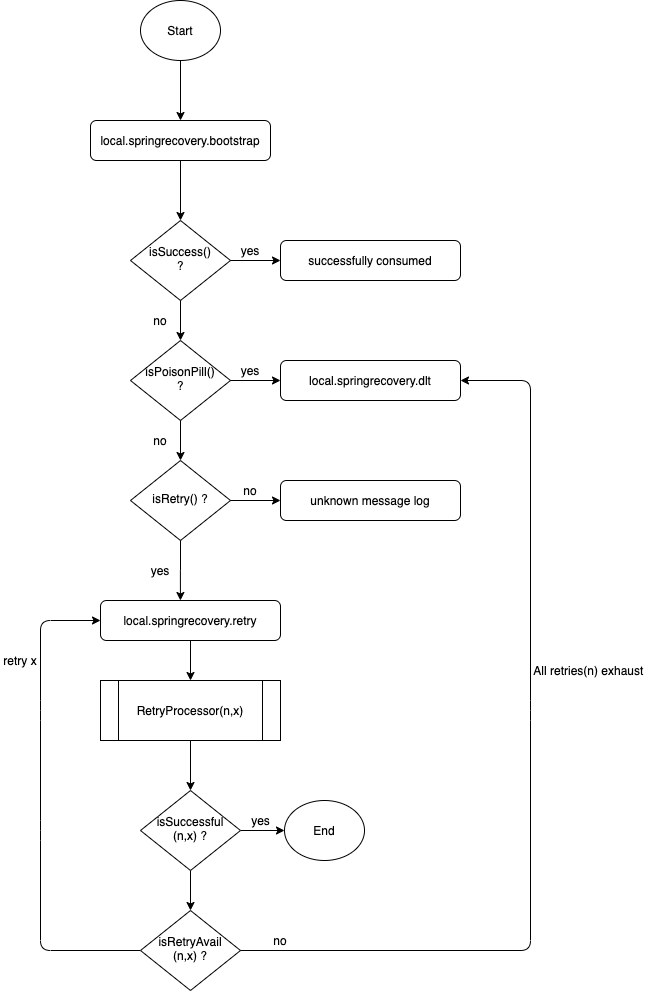
Earlier version of the draw.io export documents/spring-kafka-recovery-flow.png (Raghav2211/spring-kafka-recovery). Source tidied: cells renumbered, new cells last; positions are measured from the earlier drawing's top-left corner, leaving out a move shared by most shapes.
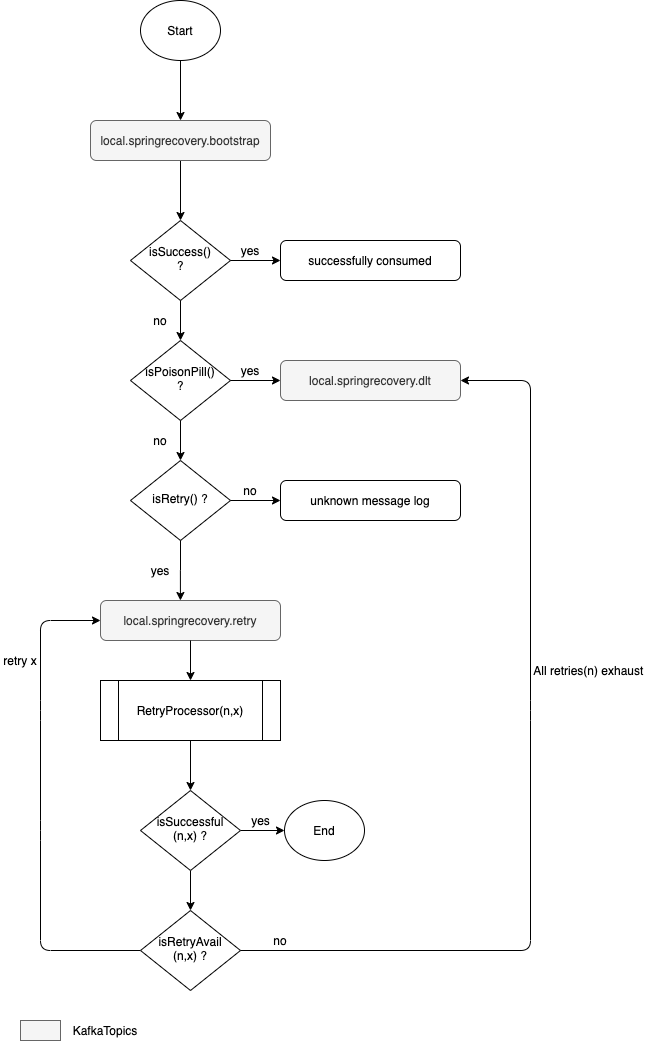
Later version of the same file.

Commit message:
add color code

Change to the diagram source:
```diff
@@ -17,7 +17,7 @@
     <mxCell id="6" style="edgeStyle=orthogonalEdgeStyle;rounded=0;jettySize=auto;html=1;entryX=0.5;entryY=0;entryDx=0;entryDy=0;" parent="2" edge="1" source="7" target="3">
       <mxGeometry relative="1" as="geometry" />
     </mxCell>
-    <mxCell id="7" value="local.springrecovery.bootstrap" style="rounded=1;whiteSpace=wrap;html=1;fontSize=12;glass=0;strokeWidth=1;shadow=0;" parent="2" vertex="1">
+    <mxCell id="7" value="local.springrecovery.bootstrap" style="rounded=1;whiteSpace=wrap;html=1;fontSize=12;glass=0;strokeWidth=1;shadow=0;fillColor=#f5f5f5;strokeColor=#666666;fontColor=#333333;" parent="2" vertex="1">
       <mxGeometry x="90" width="180" height="40" as="geometry" />
     </mxCell>
     <mxCell id="8" value="isPoisonPill()&lt;br&gt;?" style="rhombus;whiteSpace=wrap;html=1;shadow=0;fontFamily=Helvetica;fontSize=12;align=center;strokeWidth=1;spacing=6;spacingTop=-4;" parent="2" vertex="1">
@@ -32,7 +32,7 @@
     <mxCell id="11" style="edgeStyle=orthogonalEdgeStyle;rounded=0;jettySize=auto;html=1;entryX=0.5;entryY=0;entryDx=0;entryDy=0;" parent="2" edge="1" source="8" target="10">
       <mxGeometry relative="1" as="geometry" />
     </mxCell>
-    <mxCell id="12" value="local.springrecovery.dlt" style="rounded=1;whiteSpace=wrap;html=1;fontSize=12;glass=0;strokeWidth=1;shadow=0;" parent="2" vertex="1">
+    <mxCell id="12" value="local.springrecovery.dlt" style="rounded=1;whiteSpace=wrap;html=1;fontSize=12;glass=0;strokeWidth=1;shadow=0;fillColor=#f5f5f5;strokeColor=#666666;fontColor=#333333;" parent="2" vertex="1">
       <mxGeometry x="280" y="240" width="180" height="40" as="geometry" />
     </mxCell>
     <mxCell id="13" style="edgeStyle=orthogonalEdgeStyle;rounded=0;jettySize=auto;html=1;entryX=0;entryY=0.5;entryDx=0;entryDy=0;" parent="2" edge="1" source="8" target="12">
@@ -44,7 +44,7 @@
     <mxCell id="15" style="edgeStyle=orthogonalEdgeStyle;rounded=0;jettySize=auto;html=1;entryX=0;entryY=0.5;entryDx=0;entryDy=0;" parent="2" edge="1" source="10" target="14">
       <mxGeometry relative="1" as="geometry" />
     </mxCell>
-    <mxCell id="16" value="local.springrecovery.retry" style="rounded=1;whiteSpace=wrap;html=1;fontSize=12;glass=0;strokeWidth=1;shadow=0;" parent="2" vertex="1">
+    <mxCell id="16" value="local.springrecovery.retry" style="rounded=1;whiteSpace=wrap;html=1;fontSize=12;glass=0;strokeWidth=1;shadow=0;fillColor=#f5f5f5;strokeColor=#666666;fontColor=#333333;" parent="2" vertex="1">
       <mxGeometry x="100" y="480" width="180" height="40" as="geometry" />
     </mxCell>
     <mxCell id="17" style="edgeStyle=orthogonalEdgeStyle;rounded=0;jettySize=auto;html=1;entryX=0.444;entryY=0;entryDx=0;entryDy=0;entryPerimeter=0;" parent="2" edge="1" source="10" target="16">
@@ -129,5 +129,11 @@
     <mxCell id="39" value="Start" style="ellipse;whiteSpace=wrap;html=1;" parent="1" vertex="1">
       <mxGeometry x="140" width="80" height="60" as="geometry" />
     </mxCell>
+    <mxCell id="40" style="rounded=0;whiteSpace=wrap;html=1;fillColor=#f5f5f5;strokeColor=#666666;fontColor=#333333;" parent="1" vertex="1">
+      <mxGeometry x="20" y="1020" width="40" height="20" as="geometry" />
+    </mxCell>
+    <mxCell id="41" value="KafkaTopics" style="text;html=1;strokeColor=none;fillColor=none;align=center;verticalAlign=middle;whiteSpace=wrap;rounded=0;" parent="1" vertex="1">
+      <mxGeometry x="70" y="1020" width="70" height="20" as="geometry" />
+    </mxCell>
   </root>
 </mxGraphModel>
```
